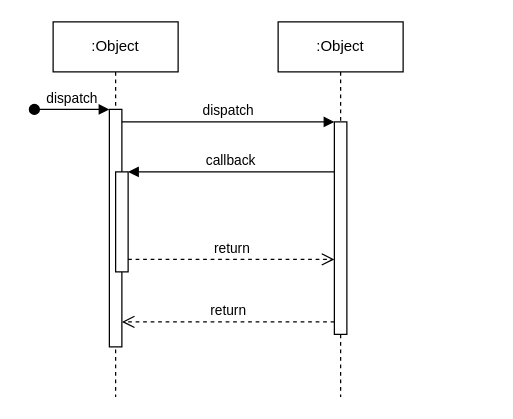
Earlier version of the draw.io diagram Nimetön kaavio.drawio (jessicaironwood/practise). Source tidied: cells renumbered, new cells numbered last; positions are measured from the earlier drawing's top-left corner, leaving out a move shared by most shapes. Both pictures are drawn from the tidied source at 125%, with x=0, y=0 at pixel (34, 21).
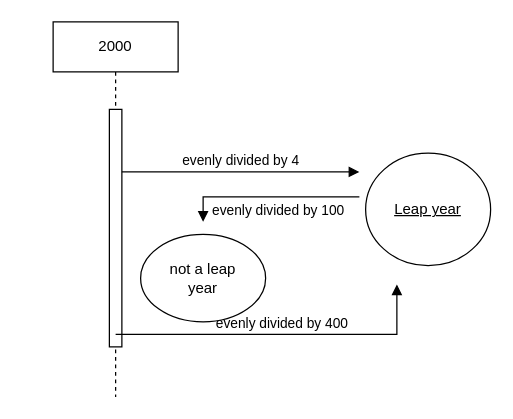
The same page after the edit.

Change to the diagram source:
```diff
@@
 <mxGraphModel>
   <root>
     <mxCell id="0" />
     <mxCell id="1" parent="0" />
-    <mxCell id="2" value=":Object" style="shape=umlLifeline;perimeter=lifelinePerimeter;whiteSpace=wrap;html=1;newEdgeStyle={&quot;edgeStyle&quot;:&quot;elbowEdgeStyle&quot;,&quot;elbow&quot;:&quot;vertical&quot;,&quot;curved&quot;:0,&quot;rounded&quot;:0};" parent="1" vertex="1">
+    <mxCell id="2" value="2000" style="shape=umlLifeline;perimeter=lifelinePerimeter;whiteSpace=wrap;html=1;newEdgeStyle={&quot;edgeStyle&quot;:&quot;elbowEdgeStyle&quot;,&quot;elbow&quot;:&quot;vertical&quot;,&quot;curved&quot;:0,&quot;rounded&quot;:0};" parent="1" vertex="1">
       <mxGeometry x="15" width="100" height="300" as="geometry" />
     </mxCell>
     <mxCell id="3" style="html=1;points=[];perimeter=orthogonalPerimeter;outlineConnect=0;targetShapes=umlLifeline;portConstraint=eastwest;newEdgeStyle={&quot;edgeStyle&quot;:&quot;elbowEdgeStyle&quot;,&quot;elbow&quot;:&quot;vertical&quot;,&quot;curved&quot;:0,&quot;rounded&quot;:0};" parent="2" vertex="1">
       <mxGeometry x="45" y="70" width="10" height="190" as="geometry" />
     </mxCell>
-    <mxCell id="4" value="dispatch" style="html=1;verticalAlign=bottom;startArrow=oval;endArrow=block;startSize=8;edgeStyle=elbowEdgeStyle;elbow=vertical;curved=0;rounded=0;" parent="2" edge="1" target="3">
-      <mxGeometry relative="1" as="geometry">
-        <mxPoint x="-15" y="70" as="sourcePoint" />
-      </mxGeometry>
-    </mxCell>
-    <mxCell id="5" style="html=1;points=[];perimeter=orthogonalPerimeter;outlineConnect=0;targetShapes=umlLifeline;portConstraint=eastwest;newEdgeStyle={&quot;edgeStyle&quot;:&quot;elbowEdgeStyle&quot;,&quot;elbow&quot;:&quot;vertical&quot;,&quot;curved&quot;:0,&quot;rounded&quot;:0};" parent="2" vertex="1">
-      <mxGeometry x="50" y="120" width="10" height="80" as="geometry" />
-    </mxCell>
-    <mxCell id="6" value=":Object" style="shape=umlLifeline;perimeter=lifelinePerimeter;whiteSpace=wrap;html=1;newEdgeStyle={&quot;edgeStyle&quot;:&quot;elbowEdgeStyle&quot;,&quot;elbow&quot;:&quot;vertical&quot;,&quot;curved&quot;:0,&quot;rounded&quot;:0};" parent="1" vertex="1">
-      <mxGeometry x="195" width="100" height="300" as="geometry" />
-    </mxCell>
-    <mxCell id="7" style="html=1;points=[];perimeter=orthogonalPerimeter;outlineConnect=0;targetShapes=umlLifeline;portConstraint=eastwest;newEdgeStyle={&quot;edgeStyle&quot;:&quot;elbowEdgeStyle&quot;,&quot;elbow&quot;:&quot;vertical&quot;,&quot;curved&quot;:0,&quot;rounded&quot;:0};" parent="6" vertex="1">
-      <mxGeometry x="45" y="80" width="10" height="170" as="geometry" />
-    </mxCell>
-    <mxCell id="8" value="dispatch" style="html=1;verticalAlign=bottom;endArrow=block;edgeStyle=elbowEdgeStyle;elbow=vertical;curved=0;rounded=0;" parent="1" edge="1" source="3" target="7">
+    <mxCell id="8" value="evenly divided by 4" style="html=1;verticalAlign=bottom;endArrow=block;edgeStyle=elbowEdgeStyle;elbow=vertical;curved=0;rounded=0;" parent="1" edge="1" source="3">
       <mxGeometry relative="1" as="geometry">
+        <mxPoint x="260" y="120" as="targetPoint" />
         <Array as="points">
-          <mxPoint x="155" y="80" />
+          <mxPoint x="175" y="120" />
         </Array>
       </mxGeometry>
     </mxCell>
-    <mxCell id="9" value="return" style="html=1;verticalAlign=bottom;endArrow=open;dashed=1;endSize=8;edgeStyle=elbowEdgeStyle;elbow=vertical;curved=0;rounded=0;" parent="1" edge="1" source="7" target="3">
-      <mxGeometry relative="1" as="geometry">
-        <Array as="points">
-          <mxPoint x="165" y="240" />
-        </Array>
-      </mxGeometry>
-    </mxCell>
-    <mxCell id="10" value="callback" style="html=1;verticalAlign=bottom;endArrow=block;edgeStyle=elbowEdgeStyle;elbow=vertical;curved=0;rounded=0;" parent="1" edge="1" source="7" target="5">
-      <mxGeometry relative="1" as="geometry">
+    <mxCell id="10" value="evenly divided by 100" style="html=1;verticalAlign=bottom;endArrow=block;edgeStyle=elbowEdgeStyle;elbow=vertical;curved=0;rounded=0;" parent="1" edge="1">
+      <mxGeometry x="-0.1" y="20" relative="1" as="geometry">
+        <mxPoint x="260" y="140" as="sourcePoint" />
+        <mxPoint x="135" y="160" as="targetPoint" />
         <Array as="points">
-          <mxPoint x="165" y="120" />
+          <mxPoint x="185" y="140" />
         </Array>
       </mxGeometry>
     </mxCell>
-    <mxCell id="11" value="return" style="html=1;verticalAlign=bottom;endArrow=open;dashed=1;endSize=8;edgeStyle=elbowEdgeStyle;elbow=vertical;curved=0;rounded=0;" parent="1" edge="1" source="5" target="7">
-      <mxGeometry relative="1" as="geometry">
-        <Array as="points">
-          <mxPoint x="155" y="190" />
-        </Array>
-      </mxGeometry>
-    </mxCell>
+    <mxCell id="12" value="evenly divided by 400" style="html=1;verticalAlign=bottom;endArrow=block;edgeStyle=elbowEdgeStyle;elbow=vertical;curved=0;rounded=0;" parent="1" edge="1">
+      <mxGeometry relative="1" as="geometry">
+        <mxPoint x="65" y="250" as="sourcePoint" />
+        <mxPoint x="290" y="210" as="targetPoint" />
+        <Array as="points">
+          <mxPoint x="170" y="250" />
+        </Array>
+      </mxGeometry>
+    </mxCell>
+    <mxCell id="13" value="Leap year" style="ellipse;whiteSpace=wrap;html=1;align=center;fontStyle=4;" parent="1" vertex="1">
+      <mxGeometry x="265" y="105" width="100" height="90" as="geometry" />
+    </mxCell>
+    <mxCell id="14" value="not a leap&lt;br&gt;year" style="ellipse;whiteSpace=wrap;html=1;align=center;" parent="1" vertex="1">
+      <mxGeometry x="85" y="170" width="100" height="70" as="geometry" />
+    </mxCell>
   </root>
 </mxGraphModel>
```
